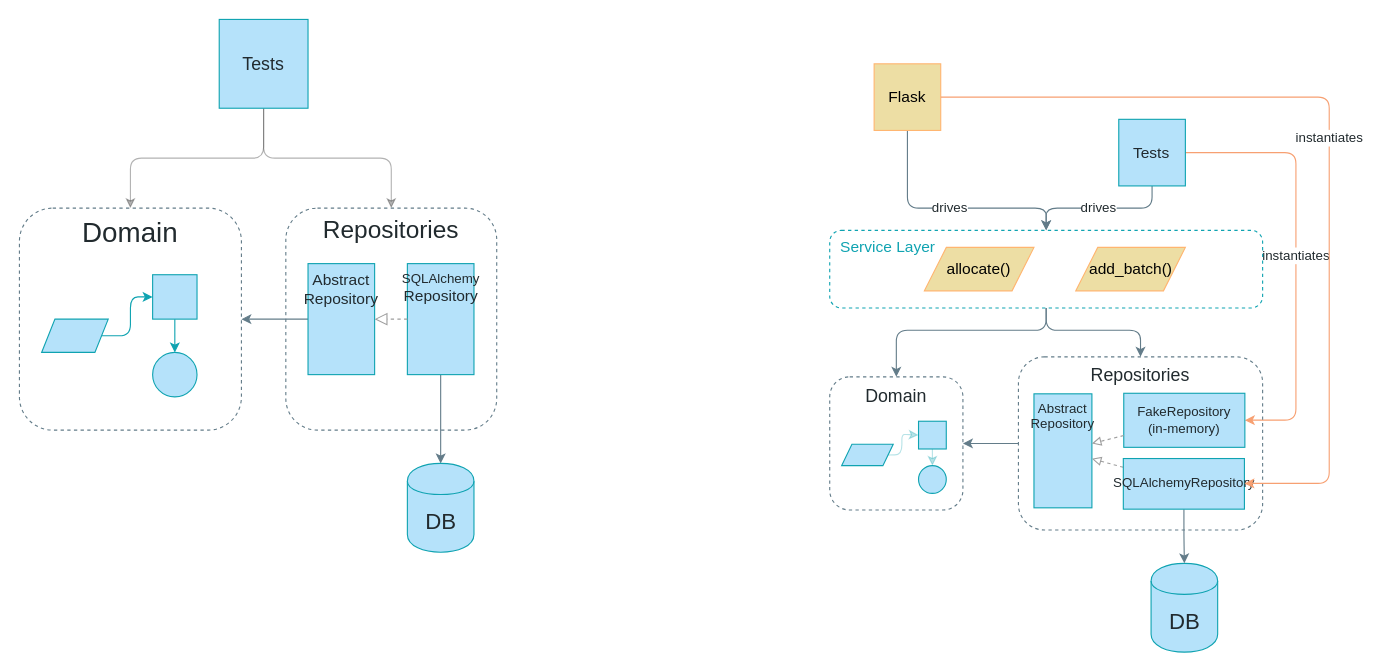
Before: page "Chapter 4" (3 of 10) of maps.drawio in cosmicpython/book, a draw.io diagram. Source tidied: cells renumbered, new cells numbered last; positions are measured from the earlier drawing's top-left corner, leaving out a move shared by most shapes. Both pictures are drawn from the tidied source at 111%, with x=0, y=0 at pixel (19, 19).
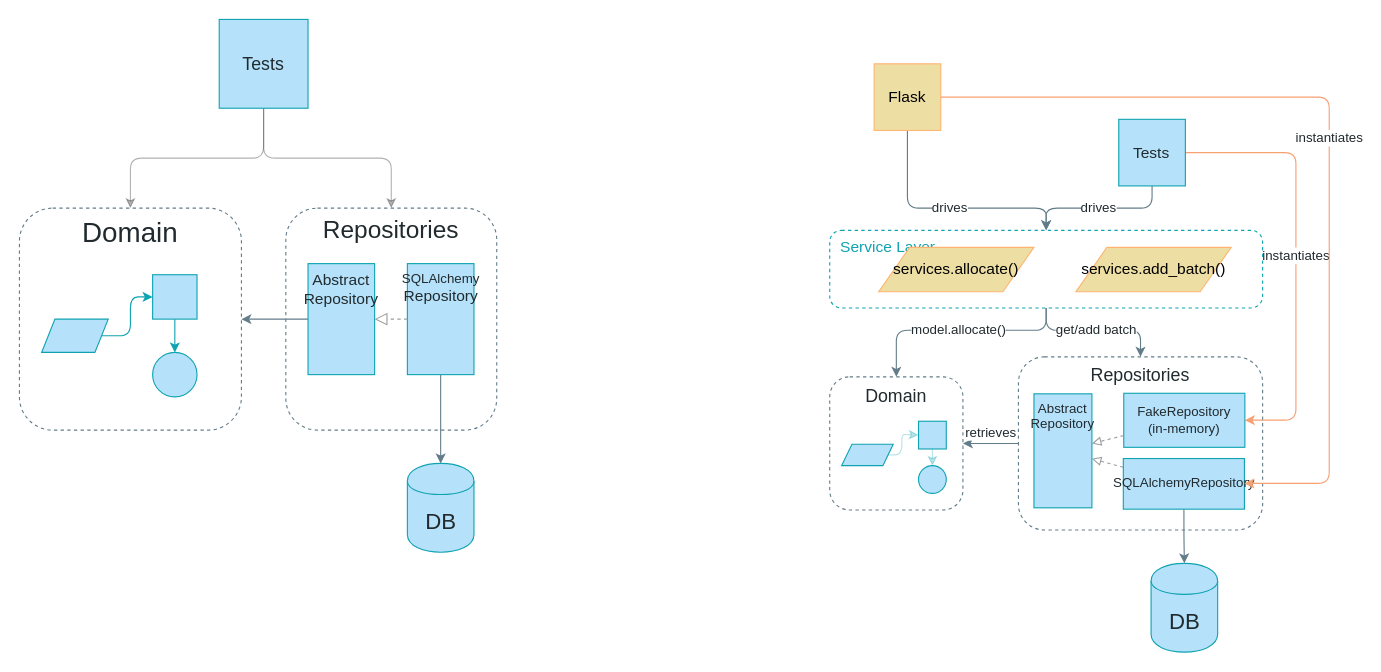
The same page after the edit.

Unchanged cells that the change refers to:
```xml
<mxCell id="13" value="&lt;font style=&quot;font-size: 16px&quot; color=&quot;#212A2E&quot;&gt;Repositories&lt;/font&gt;" style="whiteSpace=wrap;html=1;strokeColor=#637C89;fillColor=none;gradientColor=none;fontFamily=Guardian Sans Cond Light;fontSize=12;fontColor=#000000;verticalAlign=top;rounded=1;dashed=1;" parent="1" vertex="1">
  <mxGeometry x="900" y="304" width="220" height="156" as="geometry" />
</mxCell>
<mxCell id="14" value="&lt;div&gt;Abstract&lt;/div&gt;&lt;div&gt;Repository&lt;br&gt;&lt;/div&gt;" style="whiteSpace=wrap;html=1;strokeColor=#0FA3B1;fillColor=#B5E2FA;gradientColor=none;fontFamily=Guardian Sans Cond Light;fontSize=12;fontColor=#212A2E;verticalAlign=top;" parent="1" vertex="1">
  <mxGeometry x="914" y="337.3" width="52.2" height="102.7" as="geometry" />
</mxCell>
<mxCell id="15" value="&lt;div&gt;FakeRepository&lt;/div&gt;&lt;div&gt;(in-memory)&lt;br&gt;&lt;/div&gt;" style="whiteSpace=wrap;html=1;strokeColor=#0FA3B1;fillColor=#B5E2FA;gradientColor=none;fontFamily=Guardian Sans Cond Light;fontSize=12;fontColor=#212A2E;verticalAlign=middle;" parent="1" vertex="1">
  <mxGeometry x="994.9" y="336.8" width="109.1" height="48.7" as="geometry" />
</mxCell>
<mxCell id="22" value="&amp;nbsp; Service Layer" style="rounded=1;whiteSpace=wrap;html=1;fontFamily=Guardian Sans Cond Light;verticalAlign=top;fontSize=14;fontColor=#0FA3B1;fillColor=none;strokeColor=#0FA3B1;fontStyle=0;dashed=1;align=left;" parent="1" vertex="1">
  <mxGeometry x="730" y="190" width="390" height="70" as="geometry" />
</mxCell>
<mxCell id="41" value="&lt;font style=&quot;font-size: 16px&quot;&gt;Domain&lt;br&gt;&lt;/font&gt;" style="rounded=1;whiteSpace=wrap;html=1;fontFamily=Guardian Sans Cond Light;verticalAlign=top;fontSize=18;fontColor=#212A2E;fillColor=none;strokeColor=#637C89;dashed=1;" parent="40" vertex="1">
  <mxGeometry width="120" height="120" as="geometry" />
</mxCell>
```

The edit, as a diff of the source:
```diff
@@
-    <mxCell id="12" style="edgeStyle=orthogonalEdgeStyle;jettySize=auto;html=1;strokeColor=#637C89;fillColor=#B5E2FA;fontFamily=Guardian Sans Cond Light;fontSize=12;fontColor=#212A2E;" parent="1" edge="1" source="13" target="41">
+    <mxCell id="12" value="retrieves" style="edgeStyle=orthogonalEdgeStyle;jettySize=auto;html=1;strokeColor=#637C89;fillColor=#B5E2FA;fontFamily=Guardian Sans Cond Light;fontSize=12;fontColor=#212A2E;labelPosition=center;verticalLabelPosition=top;align=center;verticalAlign=bottom;" parent="1" edge="1" source="13" target="41">
       <mxGeometry relative="1" as="geometry" />
     </mxCell>
@@
-    <mxCell id="18" style="endArrow=block;dashed=1;endFill=0;endSize=6;html=1;strokeColor=#9E9E9E;fillColor=#B5E2FA;fontFamily=Guardian Sans Cond Light;fontSize=12;fontColor=#212A2E;" parent="1" edge="1" source="15" target="14">
+    <mxCell id="18" style="endArrow=block;dashed=1;endFill=0;endSize=6;html=1;strokeColor=#9E9E9E;fillColor=#B5E2FA;fontFamily=Guardian Sans Cond Light;fontSize=12;fontColor=#212A2E;jumpStyle=none;" parent="1" edge="1" source="15" target="14">
       <mxGeometry relative="1" as="geometry" />
     </mxCell>
@@
-    <mxCell id="20" style="edgeStyle=orthogonalEdgeStyle;rounded=1;jumpStyle=arc;jettySize=auto;html=1;fontSize=12;entryX=0.5;entryY=0;entryDx=0;entryDy=0;fontFamily=Guardian Sans Cond Light;fontColor=#212A2E;strokeColor=#637C89;fillColor=#B5E2FA;" parent="1" edge="1" source="22" target="41">
+    <mxCell id="20" value="model.allocate()" style="edgeStyle=orthogonalEdgeStyle;rounded=1;jumpStyle=arc;jettySize=auto;html=1;fontSize=12;entryX=0.5;entryY=0;entryDx=0;entryDy=0;fontFamily=Guardian Sans Cond Light;fontColor=#212A2E;strokeColor=#637C89;fillColor=#B5E2FA;" parent="1" edge="1" source="22" target="41">
       <mxGeometry relative="1" as="geometry">
         <Array as="points">
           <mxPoint x="925" y="280" />
           <mxPoint x="790" y="280" />
         </Array>
       </mxGeometry>
     </mxCell>
-    <mxCell id="21" style="edgeStyle=orthogonalEdgeStyle;rounded=1;jumpStyle=arc;jettySize=auto;html=1;fontSize=12;fontFamily=Guardian Sans Cond Light;fontColor=#212A2E;strokeColor=#637C89;fillColor=#B5E2FA;" parent="1" edge="1" source="22" target="13">
+    <mxCell id="21" value="get/add batch" style="edgeStyle=orthogonalEdgeStyle;rounded=1;jumpStyle=arc;jettySize=auto;html=1;fontSize=12;fontFamily=Guardian Sans Cond Light;fontColor=#212A2E;strokeColor=#637C89;fillColor=#B5E2FA;" parent="1" edge="1" source="22" target="13">
       <mxGeometry relative="1" as="geometry">
         <Array as="points">
           <mxPoint x="925" y="280" />
           <mxPoint x="1010" y="280" />
         </Array>
       </mxGeometry>
     </mxCell>
@@
-    <mxCell id="23" value="allocate()" style="shape=parallelogram;perimeter=parallelogramPerimeter;whiteSpace=wrap;html=1;fontFamily=Guardian Sans Cond Light;fontSize=14;fontColor=#000000;align=center;strokeColor=#FFB570;fillColor=#EDDEA4;" parent="1" vertex="1">
-      <mxGeometry x="815.3" y="205.4" width="98.7" height="39.1" as="geometry" />
+    <mxCell id="23" value="services.allocate()" style="shape=parallelogram;perimeter=parallelogramPerimeter;whiteSpace=wrap;html=1;fontFamily=Guardian Sans Cond Light;fontSize=14;fontColor=#000000;align=center;strokeColor=#FFB570;fillColor=#EDDEA4;" parent="1" vertex="1">
+      <mxGeometry x="774" y="205.4" width="140" height="40" as="geometry" />
     </mxCell>
-    <mxCell id="24" value="add_batch()" style="shape=parallelogram;perimeter=parallelogramPerimeter;whiteSpace=wrap;html=1;fontFamily=Guardian Sans Cond Light;fontSize=14;fontColor=#000000;align=center;strokeColor=#FFB570;fillColor=#EDDEA4;" parent="1" vertex="1">
-      <mxGeometry x="951.7" y="205.4" width="98.7" height="39.1" as="geometry" />
+    <mxCell id="24" value="services.add_batch()" style="shape=parallelogram;perimeter=parallelogramPerimeter;whiteSpace=wrap;html=1;fontFamily=Guardian Sans Cond Light;fontSize=14;fontColor=#000000;align=center;strokeColor=#FFB570;fillColor=#EDDEA4;" parent="1" vertex="1">
+      <mxGeometry x="951.7" y="205.4" width="140" height="40" as="geometry" />
     </mxCell>
```
